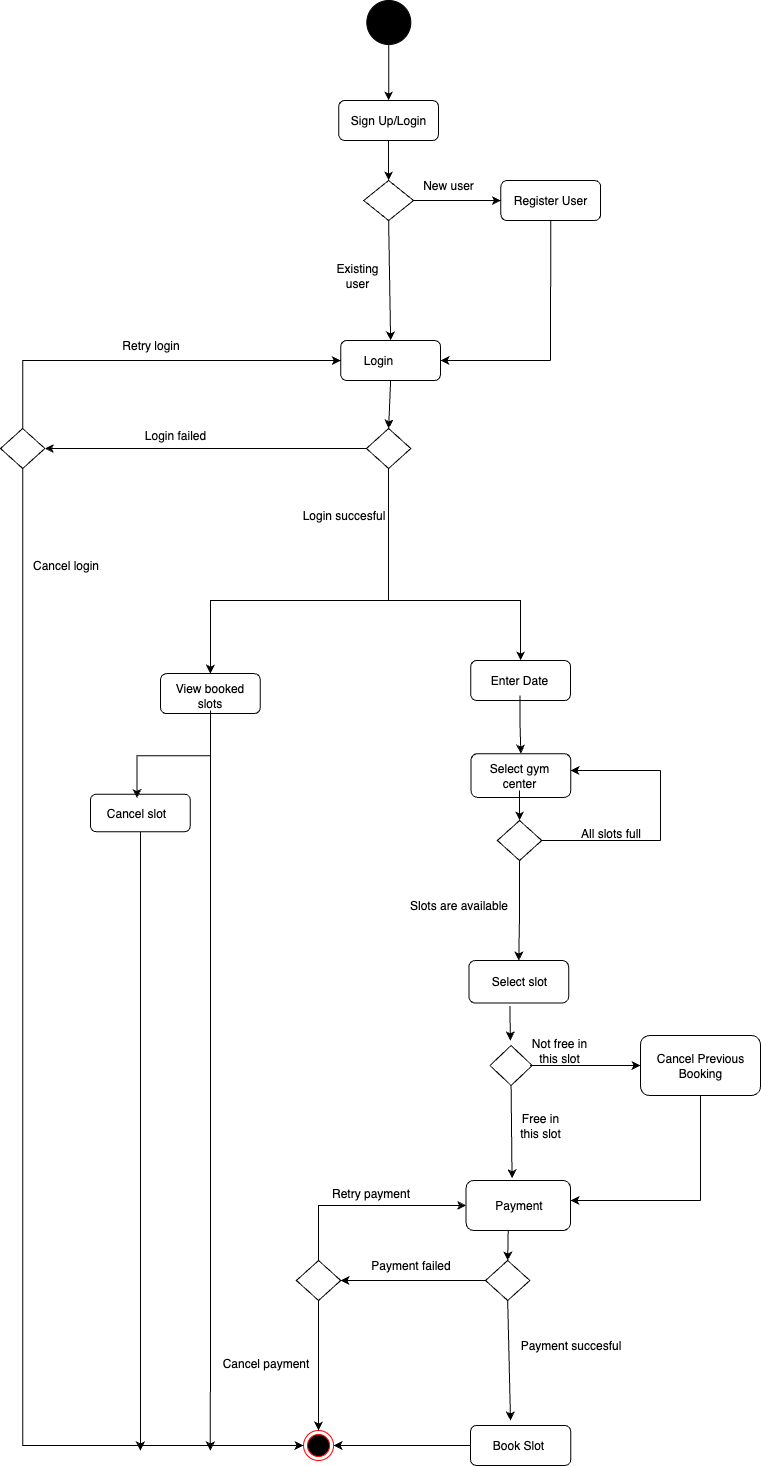
ihita2812/JEDI-Flipkart-Development-Group-B keeps this draw.io diagram as UML-Artifacts/Flipfit-Activity-Diagrams/gym-customer-AD.drawio.png. Above is the earlier version. Source tidied: cells renumbered, new cells last; positions are measured from the earlier drawing's top-left corner, leaving out a move shared by most shapes.
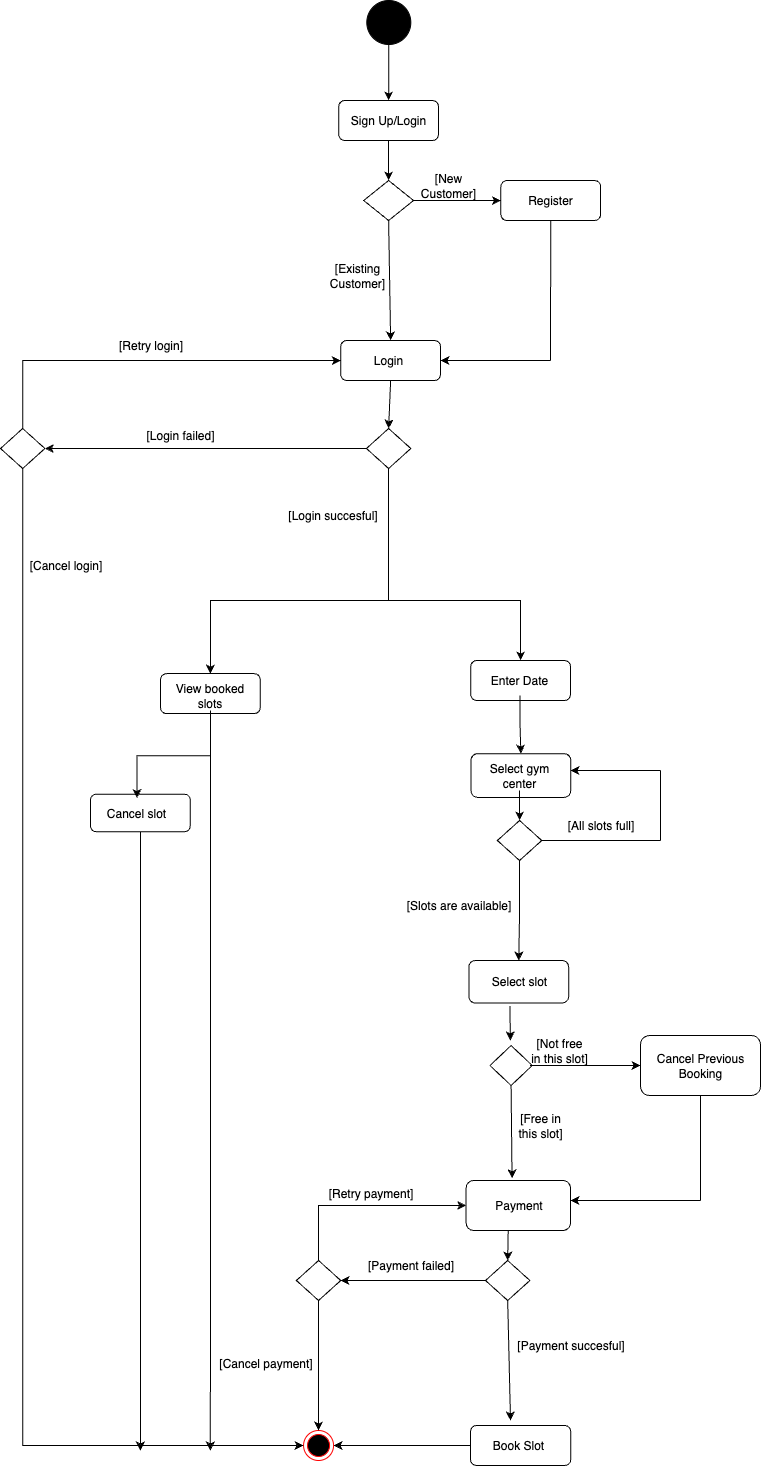
The same file after the commit.

Change to the diagram source:
```diff
@@ -60,7 +60,7 @@
     <mxCell id="19" style="endArrow=classic;html=1;rounded=0;exitX=0.5;exitY=1;exitDx=0;exitDy=0;entryX=0.44;entryY=-0.044;entryDx=0;entryDy=0;entryPerimeter=0;" parent="1" edge="1" source="25" target="27">
       <mxGeometry relative="1" as="geometry" />
     </mxCell>
-    <mxCell id="20" value="Not free in this slot" style="text;html=1;align=center;verticalAlign=middle;whiteSpace=wrap;rounded=0;" parent="1" vertex="1">
+    <mxCell id="20" value="[Not free in this slot]" style="text;html=1;align=center;verticalAlign=middle;whiteSpace=wrap;rounded=0;" parent="1" vertex="1">
       <mxGeometry x="529.4" y="1035" width="60" height="30" as="geometry" />
     </mxCell>
     <mxCell id="21" style="endArrow=none;html=1;rounded=0;exitX=0.5;exitY=1;exitDx=0;exitDy=0;" parent="1" edge="1" source="13">
@@ -74,7 +74,7 @@
         <mxPoint x="570" y="1200" as="targetPoint" />
       </mxGeometry>
     </mxCell>
-    <mxCell id="23" value="Free in this slot" style="text;html=1;align=center;verticalAlign=middle;whiteSpace=wrap;rounded=0;" parent="1" vertex="1">
+    <mxCell id="23" value="[Free in this slot]" style="text;html=1;align=center;verticalAlign=middle;whiteSpace=wrap;rounded=0;" parent="1" vertex="1">
       <mxGeometry x="510.2" y="1110" width="60" height="30" as="geometry" />
     </mxCell>
     <mxCell id="24" style="ellipse;html=1;shape=endState;fillColor=#000000;strokeColor=#ff0000;" parent="1" vertex="1">
@@ -96,7 +96,7 @@
       <mxGeometry x="340.2" y="340" width="99.8" height="40" as="geometry" />
     </mxCell>
     <mxCell id="30" value="Login" style="text;html=1;align=center;verticalAlign=middle;whiteSpace=wrap;rounded=0;" parent="1" vertex="1">
-      <mxGeometry x="338.2" y="345" width="80" height="30" as="geometry" />
+      <mxGeometry x="348.3" y="345" width="80" height="30" as="geometry" />
     </mxCell>
     <mxCell id="31" style="rhombus;whiteSpace=wrap;html=1;" parent="1" vertex="1">
       <mxGeometry x="363.2" y="180" width="49.9" height="40" as="geometry" />
@@ -113,7 +113,7 @@
     <mxCell id="35" style="rounded=1;whiteSpace=wrap;html=1;" parent="1" vertex="1">
       <mxGeometry x="500.4" y="180" width="99.8" height="40" as="geometry" />
     </mxCell>
-    <mxCell id="36" value="Register User" style="text;html=1;align=center;verticalAlign=middle;whiteSpace=wrap;rounded=0;" parent="1" vertex="1">
+    <mxCell id="36" value="Register" style="text;html=1;align=center;verticalAlign=middle;whiteSpace=wrap;rounded=0;" parent="1" vertex="1">
       <mxGeometry x="510.2" y="185" width="80" height="30" as="geometry" />
     </mxCell>
     <mxCell id="37" style="endArrow=classic;html=1;rounded=0;exitX=1;exitY=0.5;exitDx=0;exitDy=0;entryX=0;entryY=0.5;entryDx=0;entryDy=0;" parent="1" edge="1" source="31" target="35">
@@ -132,10 +132,10 @@
     <mxCell id="40" style="endArrow=classic;html=1;rounded=0;exitX=0.5;exitY=1;exitDx=0;exitDy=0;entryX=0.5;entryY=0;entryDx=0;entryDy=0;" parent="1" edge="1" source="31" target="29">
       <mxGeometry relative="1" as="geometry" />
     </mxCell>
-    <mxCell id="41" value="New user" style="text;html=1;align=center;verticalAlign=middle;whiteSpace=wrap;rounded=0;" parent="1" vertex="1">
+    <mxCell id="41" value="[New Customer]" style="text;html=1;align=center;verticalAlign=middle;whiteSpace=wrap;rounded=0;" parent="1" vertex="1">
       <mxGeometry x="418.2" y="170" width="60" height="30" as="geometry" />
     </mxCell>
-    <mxCell id="42" value="Existing user" style="text;html=1;align=center;verticalAlign=middle;whiteSpace=wrap;rounded=0;" parent="1" vertex="1">
+    <mxCell id="42" value="[Existing Customer]" style="text;html=1;align=center;verticalAlign=middle;whiteSpace=wrap;rounded=0;" parent="1" vertex="1">
       <mxGeometry x="326.9" y="260" width="60" height="30" as="geometry" />
     </mxCell>
     <mxCell id="43" style="edgeStyle=orthogonalEdgeStyle;rounded=0;jettySize=auto;html=1;entryX=0.5;entryY=0;entryDx=0;entryDy=0;" parent="1" edge="1" source="44" target="9">
@@ -147,14 +147,14 @@
     <mxCell id="45" value="Select slot" style="text;html=1;align=center;verticalAlign=middle;whiteSpace=wrap;rounded=0;" parent="1" vertex="1">
       <mxGeometry x="485" y="966.2" width="68.1" height="30" as="geometry" />
     </mxCell>
-    <mxCell id="46" value="Slots are available" style="text;html=1;align=center;verticalAlign=middle;strokeColor=none;fillColor=none;" parent="1" vertex="1">
-      <mxGeometry x="398.1" y="890" width="120" height="30" as="geometry" />
+    <mxCell id="46" value="[Slots are available]" style="text;html=1;align=center;verticalAlign=middle;strokeColor=none;fillColor=none;" parent="1" vertex="1">
+      <mxGeometry x="393.1" y="890" width="130" height="30" as="geometry" />
     </mxCell>
-    <mxCell id="47" value="All slots full" style="text;html=1;align=center;verticalAlign=middle;strokeColor=none;fillColor=none;" parent="1" vertex="1">
-      <mxGeometry x="570" y="818" width="80" height="30" as="geometry" />
+    <mxCell id="47" value="[All slots full]" style="text;html=1;align=center;verticalAlign=middle;strokeColor=none;fillColor=none;" parent="1" vertex="1">
+      <mxGeometry x="555" y="810" width="90" height="30" as="geometry" />
     </mxCell>
-    <mxCell id="48" value="Login failed" style="text;html=1;align=center;verticalAlign=middle;whiteSpace=wrap;rounded=0;" parent="1" vertex="1">
-      <mxGeometry x="140" y="420" width="70" height="30" as="geometry" />
+    <mxCell id="48" value="[Login failed]" style="text;html=1;align=center;verticalAlign=middle;whiteSpace=wrap;rounded=0;" parent="1" vertex="1">
+      <mxGeometry x="140" y="420" width="80" height="30" as="geometry" />
     </mxCell>
     <mxCell id="49" style="edgeStyle=orthogonalEdgeStyle;rounded=0;jettySize=auto;html=1;" parent="1" edge="1" source="50">
       <mxGeometry relative="1" as="geometry">
@@ -164,8 +164,8 @@
     <mxCell id="50" style="rhombus;whiteSpace=wrap;html=1;" parent="1" vertex="1">
       <mxGeometry x="485" y="1260" width="44.4" height="40" as="geometry" />
     </mxCell>
-    <mxCell id="51" value="Payment succesful" style="text;html=1;align=center;verticalAlign=middle;strokeColor=none;fillColor=none;" parent="1" vertex="1">
-      <mxGeometry x="510.2" y="1330" width="120" height="30" as="geometry" />
+    <mxCell id="51" value="[Payment succesful]" style="text;html=1;align=center;verticalAlign=middle;strokeColor=none;fillColor=none;" parent="1" vertex="1">
+      <mxGeometry x="505.2" y="1330" width="130" height="30" as="geometry" />
     </mxCell>
     <mxCell id="52" style="rhombus;whiteSpace=wrap;html=1;" parent="1" vertex="1">
       <mxGeometry x="295.9" y="1260" width="44.4" height="40" as="geometry" />
@@ -196,8 +196,8 @@
         </Array>
       </mxGeometry>
     </mxCell>
-    <mxCell id="57" value="Payment failed" style="text;html=1;align=center;verticalAlign=middle;strokeColor=none;fillColor=none;" parent="1" vertex="1">
-      <mxGeometry x="360" y="1250" width="100" height="30" as="geometry" />
+    <mxCell id="57" value="[Payment failed]" style="text;html=1;align=center;verticalAlign=middle;strokeColor=none;fillColor=none;" parent="1" vertex="1">
+      <mxGeometry x="355" y="1250" width="110" height="30" as="geometry" />
     </mxCell>
     <mxCell id="58" style="endArrow=classic;html=1;rounded=0;exitX=0;exitY=0.5;exitDx=0;exitDy=0;entryX=1;entryY=0.5;entryDx=0;entryDy=0;" parent="1" edge="1" source="55" target="61">
       <mxGeometry relative="1" as="geometry" />
@@ -215,14 +215,14 @@
     <mxCell id="61" style="rhombus;whiteSpace=wrap;html=1;" parent="1" vertex="1">
       <mxGeometry y="428" width="44.4" height="40" as="geometry" />
     </mxCell>
-    <mxCell id="62" value="Retry payment" style="text;html=1;align=center;verticalAlign=middle;strokeColor=none;fillColor=none;" parent="1" vertex="1">
-      <mxGeometry x="320" y="1178" width="100" height="30" as="geometry" />
+    <mxCell id="62" value="[Retry payment]" style="text;html=1;align=center;verticalAlign=middle;strokeColor=none;fillColor=none;" parent="1" vertex="1">
+      <mxGeometry x="315" y="1178" width="110" height="30" as="geometry" />
     </mxCell>
     <mxCell id="63" style="edgeStyle=orthogonalEdgeStyle;rounded=0;jettySize=auto;html=1;entryX=0.5;entryY=0;entryDx=0;entryDy=0;" parent="1" edge="1" source="52" target="24">
       <mxGeometry relative="1" as="geometry" />
     </mxCell>
-    <mxCell id="64" value="Cancel payment" style="text;html=1;align=center;verticalAlign=middle;strokeColor=none;fillColor=none;" parent="1" vertex="1">
-      <mxGeometry x="210" y="1348" width="110" height="30" as="geometry" />
+    <mxCell id="64" value="[Cancel payment]" style="text;html=1;align=center;verticalAlign=middle;strokeColor=none;fillColor=none;" parent="1" vertex="1">
+      <mxGeometry x="205" y="1348" width="120" height="30" as="geometry" />
     </mxCell>
     <mxCell id="65" style="edgeStyle=orthogonalEdgeStyle;rounded=0;jettySize=auto;html=1;entryX=0.5;entryY=0;entryDx=0;entryDy=0;" parent="1" edge="1" source="66" target="8">
       <mxGeometry relative="1" as="geometry" />
@@ -238,14 +238,14 @@
     <mxCell id="68" value="View booked slots" style="text;html=1;align=center;verticalAlign=middle;whiteSpace=wrap;rounded=0;" parent="1" vertex="1">
       <mxGeometry x="171.5" y="680" width="76.8" height="30" as="geometry" />
     </mxCell>
-    <mxCell id="69" value="Login succesful" style="text;html=1;align=center;verticalAlign=middle;strokeColor=none;fillColor=none;" parent="1" vertex="1">
-      <mxGeometry x="288.1" y="500" width="110" height="30" as="geometry" />
+    <mxCell id="69" value="[Login succesful]" style="text;html=1;align=center;verticalAlign=middle;strokeColor=none;fillColor=none;" parent="1" vertex="1">
+      <mxGeometry x="276.9" y="500" width="110" height="30" as="geometry" />
     </mxCell>
-    <mxCell id="70" value="Cancel login" style="text;html=1;align=center;verticalAlign=middle;strokeColor=none;fillColor=none;" parent="1" vertex="1">
-      <mxGeometry x="20" y="550" width="90" height="30" as="geometry" />
+    <mxCell id="70" value="[Cancel login]" style="text;html=1;align=center;verticalAlign=middle;strokeColor=none;fillColor=none;" parent="1" vertex="1">
+      <mxGeometry x="15" y="550" width="100" height="30" as="geometry" />
     </mxCell>
-    <mxCell id="71" value="Retry login" style="text;html=1;align=center;verticalAlign=middle;strokeColor=none;fillColor=none;" parent="1" vertex="1">
-      <mxGeometry x="110" y="330" width="80" height="30" as="geometry" />
+    <mxCell id="71" value="[Retry login]" style="text;html=1;align=center;verticalAlign=middle;strokeColor=none;fillColor=none;" parent="1" vertex="1">
+      <mxGeometry x="105" y="330" width="90" height="30" as="geometry" />
     </mxCell>
     <mxCell id="72" style="endArrow=classic;html=1;rounded=0;exitX=0.5;exitY=1;exitDx=0;exitDy=0;entryX=0.5;entryY=0;entryDx=0;entryDy=0;" parent="1" edge="1" source="2" target="32">
       <mxGeometry relative="1" as="geometry" />
```
